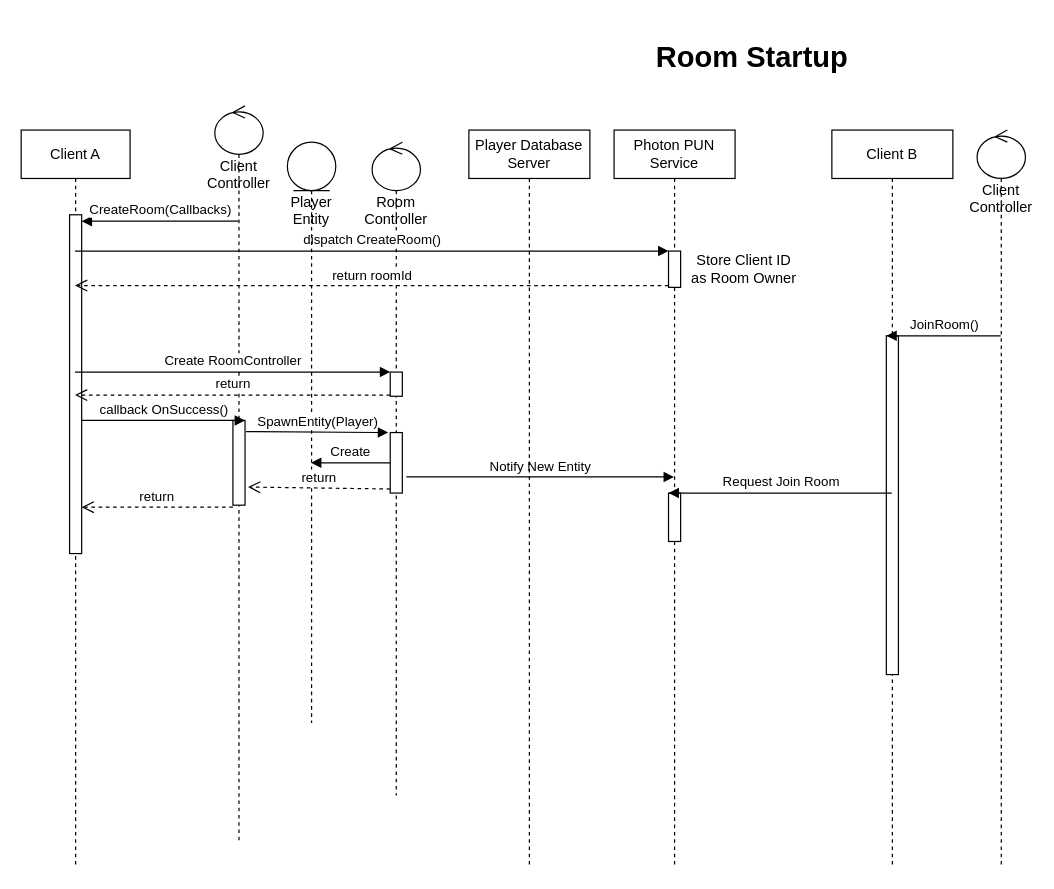
Before: Assets/Untitled Diagram.drawio in TomTheFurry/Hong-Kong-three-six-tee, a draw.io diagram. Source tidied: cells renumbered, new cells numbered last; positions are measured from the earlier drawing's top-left corner, leaving out a move shared by most shapes. Both pictures are drawn from the tidied source at 121%, with x=0, y=0 at pixel (21, 33).
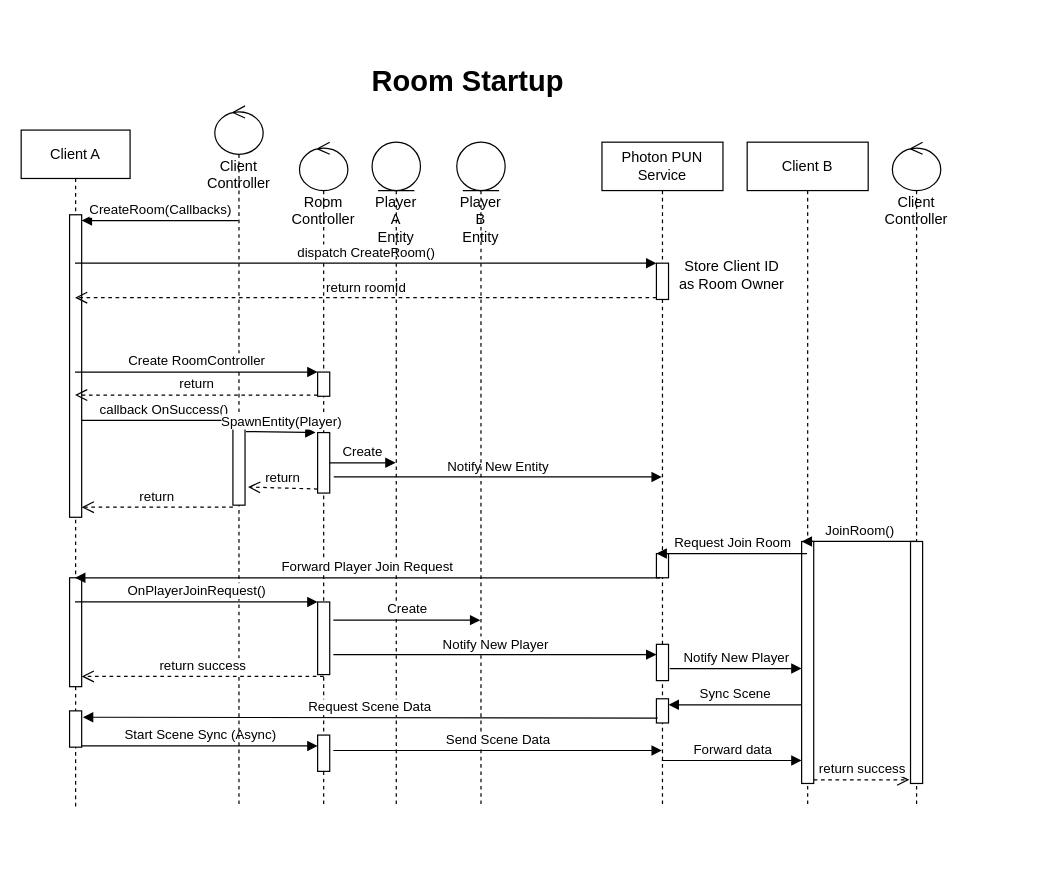
The same diagram, later.

Diff of the diagram source:
```diff
@@
     <mxCell id="2" value="&lt;h1&gt;Room Startup&lt;/h1&gt;" style="text;html=1;strokeColor=none;fillColor=none;spacing=5;spacingTop=-20;whiteSpace=wrap;overflow=hidden;rounded=0;" parent="1" vertex="1">
-      <mxGeometry x="520" width="190" height="40" as="geometry" />
+      <mxGeometry x="285" y="20" width="190" height="40" as="geometry" />
     </mxCell>
     <mxCell id="3" value="Client A" style="shape=umlLifeline;perimeter=lifelinePerimeter;whiteSpace=wrap;html=1;outlineConnect=0;" parent="1" vertex="1">
-      <mxGeometry y="80" width="90" height="610" as="geometry" />
+      <mxGeometry y="80" width="90" height="560" as="geometry" />
     </mxCell>
     <mxCell id="4" style="html=1;points=[];perimeter=orthogonalPerimeter;" parent="3" vertex="1">
-      <mxGeometry x="40" y="70" width="10" height="280" as="geometry" />
+      <mxGeometry x="40" y="70" width="10" height="250" as="geometry" />
     </mxCell>
+    <mxCell id="32" style="html=1;points=[];perimeter=orthogonalPerimeter;" parent="3" vertex="1">
+      <mxGeometry x="40" y="370" width="10" height="90" as="geometry" />
+    </mxCell>
+    <mxCell id="33" style="html=1;points=[];perimeter=orthogonalPerimeter;" parent="3" vertex="1">
+      <mxGeometry x="40" y="480" width="10" height="30" as="geometry" />
+    </mxCell>
+    <mxCell id="34" value="Start Scene Sync (Async)" style="html=1;verticalAlign=bottom;endArrow=block;rounded=0;" parent="3" edge="1" target="39">
+      <mxGeometry relative="1" as="geometry">
+        <mxPoint x="50" y="509" as="sourcePoint" />
+      </mxGeometry>
+    </mxCell>
     <mxCell id="5" value="Client B" style="shape=umlLifeline;perimeter=lifelinePerimeter;whiteSpace=wrap;html=1;outlineConnect=0;" parent="1" vertex="1">
-      <mxGeometry x="670" y="80" width="100" height="610" as="geometry" />
+      <mxGeometry x="600" y="90" width="100" height="550" as="geometry" />
     </mxCell>
     <mxCell id="6" style="html=1;points=[];perimeter=orthogonalPerimeter;" parent="5" vertex="1">
-      <mxGeometry x="45" y="170" width="10" height="280" as="geometry" />
+      <mxGeometry x="45" y="330" width="10" height="200" as="geometry" />
     </mxCell>
     <mxCell id="7" value="Photon PUN Service" style="shape=umlLifeline;perimeter=lifelinePerimeter;whiteSpace=wrap;html=1;outlineConnect=0;size=40;" parent="1" vertex="1">
-      <mxGeometry x="490" y="80" width="100" height="610" as="geometry" />
+      <mxGeometry x="480" y="90" width="100" height="550" as="geometry" />
     </mxCell>
@@
     <mxCell id="9" style="html=1;points=[];perimeter=orthogonalPerimeter;" parent="7" vertex="1">
-      <mxGeometry x="45" y="300" width="10" height="40" as="geometry" />
+      <mxGeometry x="45" y="340" width="10" height="20" as="geometry" />
     </mxCell>
+    <mxCell id="35" style="html=1;points=[];perimeter=orthogonalPerimeter;" parent="7" vertex="1">
+      <mxGeometry x="45" y="415" width="10" height="30" as="geometry" />
+    </mxCell>
+    <mxCell id="36" style="html=1;points=[];perimeter=orthogonalPerimeter;" parent="7" vertex="1">
+      <mxGeometry x="45" y="460" width="10" height="20" as="geometry" />
+    </mxCell>
     <mxCell id="10" value="Client Controller" style="shape=umlLifeline;participant=umlControl;perimeter=lifelinePerimeter;whiteSpace=wrap;html=1;verticalAlign=top;spacingTop=36;outlineConnect=0;" parent="1" vertex="1">
-      <mxGeometry x="160" y="60" width="40" height="610" as="geometry" />
+      <mxGeometry x="160" y="60" width="40" height="580" as="geometry" />
     </mxCell>
@@
     <mxCell id="12" value="Client Controller" style="shape=umlLifeline;participant=umlControl;perimeter=lifelinePerimeter;whiteSpace=wrap;html=1;verticalAlign=top;spacingTop=36;outlineConnect=0;" parent="1" vertex="1">
-      <mxGeometry x="790" y="80" width="40" height="610" as="geometry" />
+      <mxGeometry x="720" y="90" width="40" height="550" as="geometry" />
     </mxCell>
+    <mxCell id="37" style="html=1;points=[];perimeter=orthogonalPerimeter;" parent="12" vertex="1">
+      <mxGeometry x="15" y="330" width="10" height="200" as="geometry" />
+    </mxCell>
     <mxCell id="13" value="Room Controller" style="shape=umlLifeline;participant=umlControl;perimeter=lifelinePerimeter;whiteSpace=wrap;html=1;verticalAlign=top;spacingTop=36;" parent="1" vertex="1">
-      <mxGeometry x="290" y="90" width="40" height="540" as="geometry" />
+      <mxGeometry x="230" y="90" width="40" height="550" as="geometry" />
     </mxCell>
@@
+    <mxCell id="38" style="html=1;points=[];perimeter=orthogonalPerimeter;" parent="13" vertex="1">
+      <mxGeometry x="15" y="380" width="10" height="60" as="geometry" />
+    </mxCell>
+    <mxCell id="39" style="html=1;points=[];perimeter=orthogonalPerimeter;" parent="13" vertex="1">
+      <mxGeometry x="15" y="490" width="10" height="30" as="geometry" />
+    </mxCell>
@@
     <mxCell id="18" value="Store Client ID as Room Owner" style="text;html=1;strokeColor=none;fillColor=none;align=center;verticalAlign=middle;whiteSpace=wrap;rounded=0;" parent="1" vertex="1">
-      <mxGeometry x="550" y="175" width="95" height="40" as="geometry" />
+      <mxGeometry x="540" y="180" width="95" height="40" as="geometry" />
     </mxCell>
@@
-    <mxCell id="25" value="Player Entity" style="shape=umlLifeline;participant=umlEntity;perimeter=lifelinePerimeter;whiteSpace=wrap;html=1;verticalAlign=top;spacingTop=36;outlineConnect=0;" parent="1" vertex="1">
-      <mxGeometry x="220" y="90" width="40" height="480" as="geometry" />
+    <mxCell id="25" value="Player A Entity" style="shape=umlLifeline;participant=umlEntity;perimeter=lifelinePerimeter;whiteSpace=wrap;html=1;verticalAlign=top;spacingTop=36;outlineConnect=0;" parent="1" vertex="1">
+      <mxGeometry x="290" y="90" width="40" height="550" as="geometry" />
     </mxCell>
@@
-    <mxCell id="31" value="Player Database Server" style="shape=umlLifeline;perimeter=lifelinePerimeter;whiteSpace=wrap;html=1;" parent="1" vertex="1">
-      <mxGeometry x="370" y="80" width="100" height="610" as="geometry" />
-    </mxCell>
+    <mxCell id="40" value="Forward Player Join Request" style="html=1;verticalAlign=bottom;endArrow=block;rounded=0;exitX=0.3;exitY=1;exitDx=0;exitDy=0;exitPerimeter=0;" parent="1" edge="1" source="9" target="3">
+      <mxGeometry relative="1" as="geometry" />
+    </mxCell>
+    <mxCell id="41" value="OnPlayerJoinRequest()" style="html=1;verticalAlign=bottom;endArrow=block;entryX=0;entryY=0;rounded=0;" parent="1" edge="1" source="3" target="38">
+      <mxGeometry relative="1" as="geometry" />
+    </mxCell>
+    <mxCell id="42" value="return success" style="html=1;verticalAlign=bottom;endArrow=open;dashed=1;endSize=8;exitX=0.5;exitY=1.025;rounded=0;exitDx=0;exitDy=0;exitPerimeter=0;" parent="1" edge="1" source="38" target="32">
+      <mxGeometry relative="1" as="geometry" />
+    </mxCell>
+    <mxCell id="43" value="Player B Entity" style="shape=umlLifeline;participant=umlEntity;perimeter=lifelinePerimeter;whiteSpace=wrap;html=1;verticalAlign=top;spacingTop=36;outlineConnect=0;" parent="1" vertex="1">
+      <mxGeometry x="360" y="90" width="40" height="550" as="geometry" />
+    </mxCell>
+    <mxCell id="44" value="Create" style="html=1;verticalAlign=bottom;endArrow=block;rounded=0;exitX=1.3;exitY=0.25;exitDx=0;exitDy=0;exitPerimeter=0;" parent="1" edge="1" source="38" target="43">
+      <mxGeometry relative="1" as="geometry" />
+    </mxCell>
+    <mxCell id="45" value="Notify New Player" style="html=1;verticalAlign=bottom;endArrow=block;rounded=0;exitX=1.3;exitY=0.725;exitDx=0;exitDy=0;exitPerimeter=0;" parent="1" edge="1" source="38" target="35">
+      <mxGeometry relative="1" as="geometry" />
+    </mxCell>
+    <mxCell id="46" value="Notify New Player" style="html=1;verticalAlign=bottom;endArrow=block;rounded=0;exitX=1.1;exitY=0.667;exitDx=0;exitDy=0;exitPerimeter=0;" parent="1" edge="1" source="35" target="6">
+      <mxGeometry relative="1" as="geometry" />
+    </mxCell>
+    <mxCell id="47" value="Sync Scene" style="html=1;verticalAlign=bottom;endArrow=block;rounded=0;exitX=0;exitY=0.675;exitDx=0;exitDy=0;exitPerimeter=0;" parent="1" edge="1" source="6" target="36">
+      <mxGeometry relative="1" as="geometry" />
+    </mxCell>
+    <mxCell id="48" value="Request Scene Data" style="html=1;verticalAlign=bottom;endArrow=block;rounded=0;exitX=0.1;exitY=0.8;exitDx=0;exitDy=0;exitPerimeter=0;entryX=1.1;entryY=0.175;entryDx=0;entryDy=0;entryPerimeter=0;" parent="1" edge="1" source="36" target="33">
+      <mxGeometry relative="1" as="geometry" />
+    </mxCell>
+    <mxCell id="49" value="Send Scene Data" style="html=1;verticalAlign=bottom;endArrow=block;rounded=0;exitX=1.3;exitY=0.425;exitDx=0;exitDy=0;exitPerimeter=0;" parent="1" edge="1" source="39" target="7">
+      <mxGeometry relative="1" as="geometry" />
+    </mxCell>
+    <mxCell id="50" value="Forward data" style="html=1;verticalAlign=bottom;endArrow=block;rounded=0;entryX=0;entryY=0.905;entryDx=0;entryDy=0;entryPerimeter=0;" parent="1" edge="1" source="7" target="6">
+      <mxGeometry relative="1" as="geometry" />
+    </mxCell>
+    <mxCell id="51" value="return success" style="html=1;verticalAlign=bottom;endArrow=open;dashed=1;endSize=8;rounded=0;entryX=-0.1;entryY=0.985;entryDx=0;entryDy=0;entryPerimeter=0;" parent="1" edge="1" source="6" target="37">
+      <mxGeometry relative="1" as="geometry" />
+    </mxCell>
```
